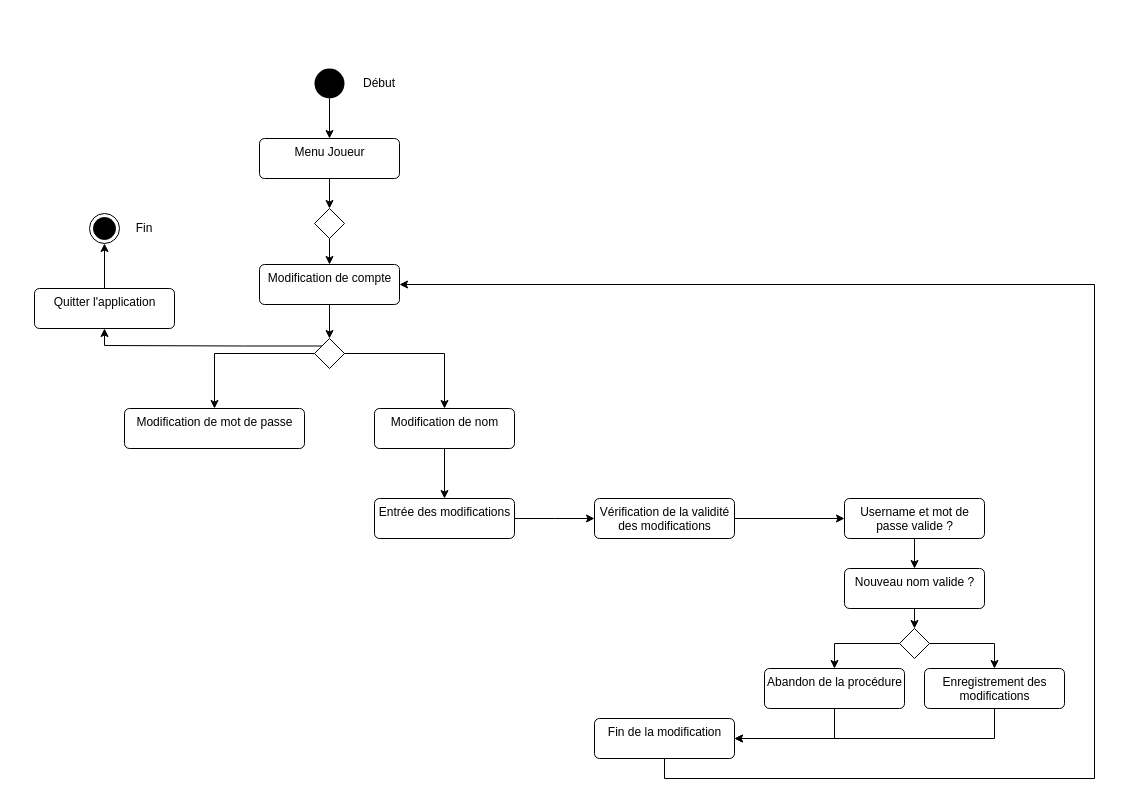
MailineN/ProjetInfo2A keeps this draw.io diagram as Diagrams/ActivitéModificationCompte.drawio. Above is the earlier version. Source tidied: cells renumbered, new cells numbered last; positions are measured from the earlier drawing's top-left corner, leaving out a move shared by most shapes. Both pictures are drawn from the tidied source at 100%, with x=0, y=0 at pixel (34, 68).
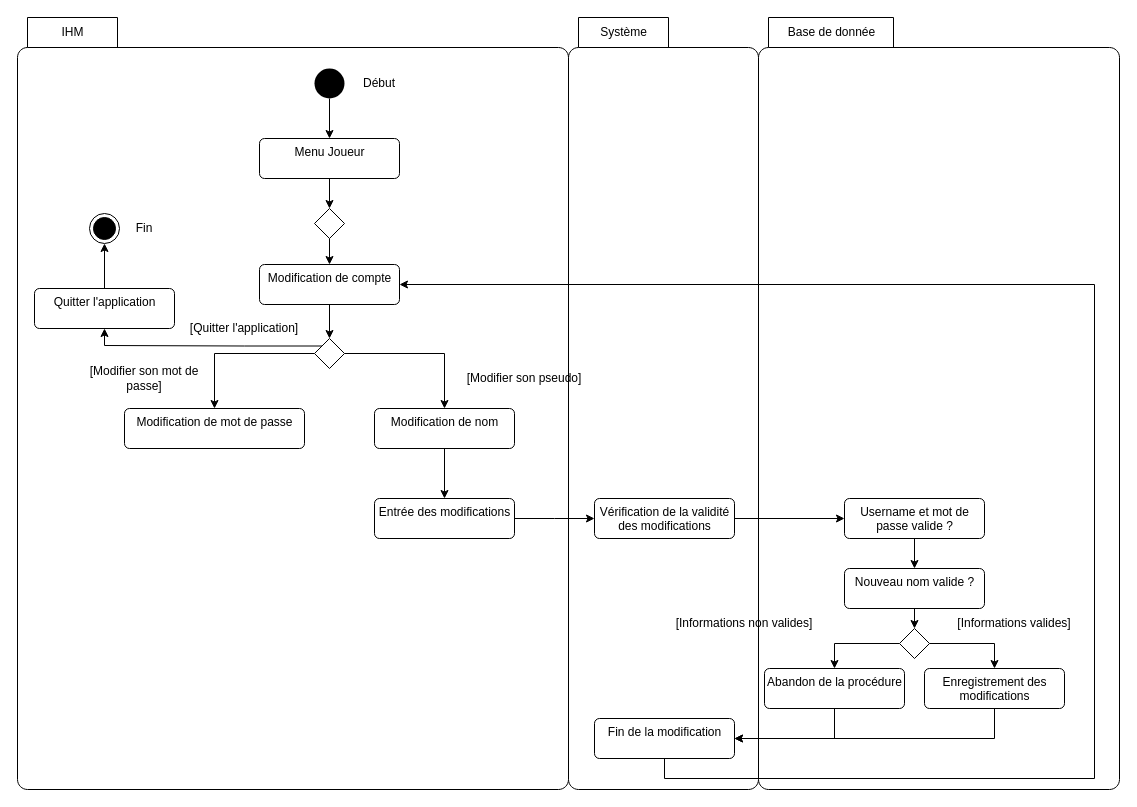
Above is the later version.

Diff of the diagram source:
```diff
@@
-<mxGraphModel>
+<mxGraphModel background="#ffffff">
@@
+    <mxCell id="39" value="Base de donnée" style="shape=folder;align=center;verticalAlign=middle;fontStyle=0;tabWidth=135;tabHeight=30;tabPosition=left;html=1;boundedLbl=1;labelInHeader=1;rounded=1;absoluteArcSize=1;arcSize=10;" parent="1" vertex="1">
+      <mxGeometry x="724" y="-51" width="361" height="772" as="geometry" />
+    </mxCell>
+    <mxCell id="40" value="Système" style="shape=folder;align=center;verticalAlign=middle;fontStyle=0;tabWidth=100;tabHeight=30;tabPosition=left;html=1;boundedLbl=1;labelInHeader=1;rounded=1;absoluteArcSize=1;arcSize=10;" parent="1" vertex="1">
+      <mxGeometry x="534" y="-51" width="190" height="772" as="geometry" />
+    </mxCell>
+    <mxCell id="41" value="IHM" style="shape=folder;align=center;verticalAlign=middle;fontStyle=0;tabWidth=100;tabHeight=30;tabPosition=left;html=1;boundedLbl=1;labelInHeader=1;rounded=1;absoluteArcSize=1;arcSize=10;" parent="1" vertex="1">
+      <mxGeometry x="-17" y="-51" width="551" height="772" as="geometry" />
+    </mxCell>
@@
+    <mxCell id="42" value="[Modifier son mot de passe]" style="text;html=1;strokeColor=none;fillColor=none;align=center;verticalAlign=middle;whiteSpace=wrap;rounded=0;" parent="1" vertex="1">
+      <mxGeometry x="40" y="300" width="140" height="20" as="geometry" />
+    </mxCell>
+    <mxCell id="43" value="[Modifier son pseudo]" style="text;html=1;strokeColor=none;fillColor=none;align=center;verticalAlign=middle;whiteSpace=wrap;rounded=0;" parent="1" vertex="1">
+      <mxGeometry x="420" y="300" width="140" height="20" as="geometry" />
+    </mxCell>
+    <mxCell id="44" value="[Informations valides]" style="text;html=1;strokeColor=none;fillColor=none;align=center;verticalAlign=middle;whiteSpace=wrap;rounded=0;" parent="1" vertex="1">
+      <mxGeometry x="910" y="545" width="140" height="20" as="geometry" />
+    </mxCell>
+    <mxCell id="45" value="[Quitter l'application]" style="text;html=1;strokeColor=none;fillColor=none;align=center;verticalAlign=middle;whiteSpace=wrap;rounded=0;" parent="1" vertex="1">
+      <mxGeometry x="140" y="250" width="140" height="20" as="geometry" />
+    </mxCell>
+    <mxCell id="46" value="[Informations non valides]" style="text;html=1;strokeColor=none;fillColor=none;align=center;verticalAlign=middle;whiteSpace=wrap;rounded=0;" parent="1" vertex="1">
+      <mxGeometry x="640" y="545" width="140" height="20" as="geometry" />
+    </mxCell>
```
